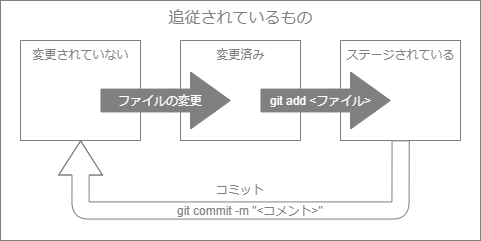
The draw.io diagram web/src/assets/text/img/git_commit_flow.png in tsuen4/Git-Learning-2019, before a commit. Source tidied: cells renumbered, new cells last; positions are measured from the earlier drawing's top-left corner, leaving out a move shared by most shapes.
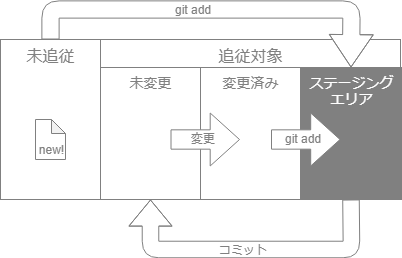
After the change.

Commit message:
Git のファイル追従の画像を差し替え

What changed in the source:
```diff
@@ -2,64 +2,74 @@
   <root>
     <mxCell id="0" />
     <mxCell id="1" parent="0" />
-    <mxCell id="2" value="&lt;font style=&quot;font-size: 16px&quot;&gt;追従されているもの&lt;/font&gt;&lt;br&gt;" style="rounded=0;whiteSpace=wrap;html=1;labelBackgroundColor=none;fontColor=#808080;align=center;strokeColor=#808080;verticalAlign=top;" parent="1" vertex="1">
-      <mxGeometry width="480" height="240" as="geometry" />
+    <mxCell id="2" value="&lt;font style=&quot;font-size: 16px&quot;&gt;追従対象&lt;/font&gt;" style="rounded=0;whiteSpace=wrap;html=1;labelBackgroundColor=none;fontColor=#808080;align=center;strokeColor=#808080;verticalAlign=top;" parent="1" vertex="1">
+      <mxGeometry x="120" y="560" width="300" height="160" as="geometry" />
     </mxCell>
-    <mxCell id="3" value="変更済み&lt;br&gt;" style="rounded=0;whiteSpace=wrap;html=1;verticalAlign=top;strokeColor=#808080;fontColor=#808080;" parent="1" vertex="1">
-      <mxGeometry x="180" y="40" width="120" height="100" as="geometry" />
+    <mxCell id="3" value="変更済み&lt;br style=&quot;font-size: 14px;&quot;&gt;" style="rounded=0;whiteSpace=wrap;html=1;verticalAlign=top;strokeColor=#808080;fontColor=#808080;fontSize=14;" parent="1" vertex="1">
+      <mxGeometry x="220" y="588" width="100" height="132" as="geometry" />
     </mxCell>
-    <mxCell id="4" value="&lt;div style=&quot;text-align: justify&quot;&gt;&lt;span&gt;ステージされている&lt;/span&gt;&lt;/div&gt;" style="rounded=0;whiteSpace=wrap;html=1;verticalAlign=top;strokeColor=#808080;fontColor=#808080;" parent="1" vertex="1">
-      <mxGeometry x="340" y="40" width="120" height="100" as="geometry" />
+    <mxCell id="4" value="&lt;div style=&quot;font-size: 14px;&quot;&gt;&lt;span style=&quot;font-size: 14px;&quot;&gt;ステージング&lt;br style=&quot;font-size: 14px;&quot;&gt;エリア&lt;/span&gt;&lt;/div&gt;" style="rounded=0;whiteSpace=wrap;html=1;verticalAlign=top;strokeColor=#808080;fontColor=#FFFFFF;align=center;fontSize=14;fillColor=#808080;" parent="1" vertex="1">
+      <mxGeometry x="320" y="588" width="101" height="132" as="geometry" />
     </mxCell>
-    <mxCell id="5" value="変更されていない" style="rounded=0;whiteSpace=wrap;html=1;verticalAlign=top;strokeColor=#808080;fontColor=#808080;" parent="1" vertex="1">
-      <mxGeometry x="20" y="40" width="120" height="100" as="geometry" />
+    <mxCell id="5" style="group;" parent="1" vertex="1">
+      <mxGeometry x="448.5" y="634" as="geometry" />
     </mxCell>
-    <mxCell id="6" style="group;" parent="1" vertex="1">
-      <mxGeometry x="320" y="90" as="geometry" />
+    <mxCell id="6" value="&lt;font style=&quot;font-size: 16px&quot;&gt;未追従&lt;/font&gt;" style="rounded=0;whiteSpace=wrap;html=1;labelBackgroundColor=none;fontColor=#808080;align=center;strokeColor=#808080;verticalAlign=top;" parent="1" vertex="1">
+      <mxGeometry x="20" y="560" width="100" height="160" as="geometry" />
     </mxCell>
-    <mxCell id="7" style="shape=flexArrow;endArrow=classic;html=1;startWidth=65.83333333333334;endWidth=32.6530612244898;startSize=12.775;endSize=12.775;width=22.857142857142858;fillColor=#808080;strokeColor=#808080;" parent="1" edge="1">
-      <mxGeometry relative="1" as="geometry">
-        <mxPoint x="260" y="100" as="sourcePoint" />
-        <mxPoint x="390" y="100" as="targetPoint" />
-        <Array as="points">
-          <mxPoint x="330" y="100" />
-        </Array>
-      </mxGeometry>
+    <mxCell id="7" value="&lt;font color=&quot;#808080&quot;&gt;new!&lt;/font&gt;" style="shape=note;whiteSpace=wrap;html=1;backgroundOutline=1;darkOpacity=0.05;strokeColor=#808080;size=14;verticalAlign=bottom;" parent="1" vertex="1">
+      <mxGeometry x="55" y="640" width="30" height="40" as="geometry" />
     </mxCell>
-    <mxCell id="8" value="&lt;font color=&quot;#ffffff&quot;&gt;git add &amp;lt;ファイル&amp;gt;&lt;/font&gt;" style="text;html=1;points=[];align=center;verticalAlign=middle;labelBackgroundColor=none;" parent="7" vertex="1">
-      <mxGeometry x="-0.5" y="-1" relative="1" as="geometry">
-        <mxPoint x="27.5" y="-1" as="offset" />
-      </mxGeometry>
+    <mxCell id="8" value="未変更" style="rounded=0;whiteSpace=wrap;html=1;verticalAlign=top;strokeColor=#808080;fontColor=#808080;fontSize=14;" parent="1" vertex="1">
+      <mxGeometry x="120" y="588" width="100" height="132" as="geometry" />
     </mxCell>
-    <mxCell id="9" style="shape=flexArrow;endArrow=classic;html=1;startWidth=65.83333333333334;endWidth=32.6530612244898;startSize=12.775;endSize=12.775;width=22.857142857142858;fillColor=#808080;labelBackgroundColor=#ffffff;strokeColor=#808080;" parent="1" edge="1">
+    <mxCell id="9" style="shape=flexArrow;endArrow=classic;html=1;startWidth=65.83333333333334;endWidth=25.63265306122449;startSize=12.775;endSize=10.462068965517242;width=17.24137931034483;fillColor=#ffffff;strokeColor=#808080;entryX=0.5;entryY=0;entryDx=0;entryDy=0;exitX=0.5;exitY=0;exitDx=0;exitDy=0;" parent="1" edge="1" source="6" target="4">
       <mxGeometry relative="1" as="geometry">
-        <mxPoint x="100" y="100" as="sourcePoint" />
-        <mxPoint x="230" y="100" as="targetPoint" />
         <Array as="points">
-          <mxPoint x="170" y="100" />
+          <mxPoint x="70" y="530" />
+          <mxPoint x="371" y="530" />
         </Array>
       </mxGeometry>
     </mxCell>
-    <mxCell id="10" value="&lt;font color=&quot;#ffffff&quot;&gt;ファイルの変更&lt;/font&gt;" style="text;html=1;align=center;verticalAlign=middle;labelBackgroundColor=none;" parent="9" vertex="1">
+    <mxCell id="10" value="git add" style="text;html=1;align=center;verticalAlign=middle;labelBackgroundColor=none;fontColor=#808080;" parent="9" vertex="1">
       <mxGeometry x="-0.5" y="-1" relative="1" as="geometry">
-        <mxPoint x="27.5" y="-1" as="offset" />
+        <mxPoint x="75.5" y="-1" as="offset" />
       </mxGeometry>
     </mxCell>
-    <mxCell id="11" style="shape=flexArrow;endArrow=classic;html=1;startWidth=65.83333333333334;endWidth=25.63265306122449;startSize=12.775;endSize=11.057142857142859;width=17.142857142857142;fillColor=#ffffff;exitX=0.5;exitY=1;exitDx=0;exitDy=0;entryX=0.5;entryY=1;entryDx=0;entryDy=0;strokeColor=#808080;" parent="1" edge="1" source="4" target="5">
+    <mxCell id="11" style="shape=flexArrow;endArrow=classic;html=1;startWidth=65.83333333333334;endWidth=25.63265306122449;startSize=12.775;endSize=8.365517241379312;width=16.551724137931036;fillColor=#ffffff;exitX=0.5;exitY=1;exitDx=0;exitDy=0;entryX=0.5;entryY=1;entryDx=0;entryDy=0;strokeColor=#808080;" parent="1" edge="1" source="4" target="8">
       <mxGeometry relative="1" as="geometry">
         <Array as="points">
-          <mxPoint x="400" y="210" />
-          <mxPoint x="80" y="210" />
+          <mxPoint x="371" y="770" />
+          <mxPoint x="170" y="770" />
         </Array>
       </mxGeometry>
     </mxCell>
-    <mxCell id="12" value="git commit -m &quot;&amp;lt;コメント&amp;gt;&quot;" style="text;html=1;align=center;verticalAlign=middle;labelBackgroundColor=none;fontColor=#808080;" parent="11" vertex="1">
+    <mxCell id="12" value="コミット" style="text;html=1;align=center;verticalAlign=middle;labelBackgroundColor=none;fontColor=#808080;" parent="11" vertex="1">
       <mxGeometry x="-0.5" y="-1" relative="1" as="geometry">
-        <mxPoint x="-105.5" y="1" as="offset" />
+        <mxPoint x="-83.5" y="1" as="offset" />
       </mxGeometry>
     </mxCell>
-    <mxCell id="13" value="&lt;span&gt;コミット&lt;/span&gt;" style="text;html=1;align=center;verticalAlign=top;spacingTop=-4;fontColor=#808080;" parent="1" vertex="1">
-      <mxGeometry x="210" y="180" width="60" height="20" as="geometry" />
+    <mxCell id="13" style="shape=flexArrow;endArrow=classic;html=1;startWidth=65.83333333333334;endWidth=32.6530612244898;startSize=12.775;endSize=9.434482758620689;width=19.310344827586206;fillColor=#FFFFFF;labelBackgroundColor=#ffffff;strokeColor=#808080;" parent="1" edge="1">
+      <mxGeometry relative="1" as="geometry">
+        <mxPoint x="290.5" y="660" as="sourcePoint" />
+        <mxPoint x="360" y="660" as="targetPoint" />
+      </mxGeometry>
     </mxCell>
+    <mxCell id="14" value="&lt;font&gt;git add&lt;br&gt;&lt;/font&gt;" style="text;html=1;align=center;verticalAlign=middle;labelBackgroundColor=none;fontColor=#808080;" parent="13" vertex="1">
+      <mxGeometry x="-0.5" y="-1" relative="1" as="geometry">
+        <mxPoint x="15" y="-2.5" as="offset" />
+      </mxGeometry>
+    </mxCell>
+    <mxCell id="15" style="shape=flexArrow;endArrow=classic;html=1;startWidth=65.83333333333334;endWidth=32.6530612244898;startSize=12.775;endSize=9.434482758620689;width=19.310344827586206;fillColor=#FFFFFF;labelBackgroundColor=#ffffff;strokeColor=#808080;" parent="1" edge="1">
+      <mxGeometry relative="1" as="geometry">
+        <mxPoint x="190" y="660" as="sourcePoint" />
+        <mxPoint x="259.5" y="660" as="targetPoint" />
+      </mxGeometry>
+    </mxCell>
+    <mxCell id="16" value="&lt;font&gt;変更&lt;br&gt;&lt;/font&gt;" style="text;html=1;align=center;verticalAlign=middle;labelBackgroundColor=none;fontColor=#808080;" parent="15" vertex="1">
+      <mxGeometry x="-0.5" y="-1" relative="1" as="geometry">
+        <mxPoint x="15" y="-2.5" as="offset" />
+      </mxGeometry>
+    </mxCell>
   </root>
 </mxGraphModel>
```
